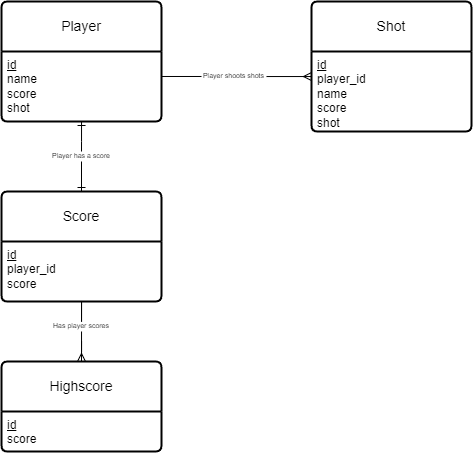
Before: docs/assets/ERD.drawio.png, a diagram exported from draw.io (MelvinQM/IOT-Personal). Source tidied: cells renumbered, new cells last; positions are measured from the earlier drawing's top-left corner, leaving out a move shared by most shapes.
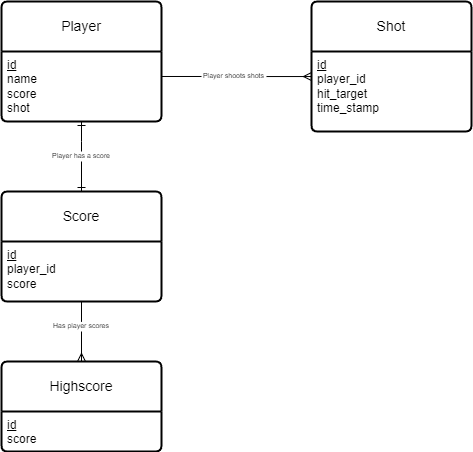
The same diagram one commit later.

Diff of the diagram source:
```diff
@@ -11,7 +11,7 @@
     <mxCell id="4" value="Shot" style="swimlane;horizontal=1;startSize=50;rounded=1;fontSize=14;fontStyle=0;strokeWidth=2;shadow=0;dashed=0;align=center;arcSize=4;whiteSpace=wrap;fillColor=none;" parent="1" vertex="1">
       <mxGeometry x="310" width="160" height="130" as="geometry" />
     </mxCell>
-    <mxCell id="5" value="&lt;u&gt;id&lt;/u&gt;&lt;div&gt;player_id&lt;br&gt;name&lt;br&gt;score&lt;div&gt;shot&lt;/div&gt;&lt;/div&gt;" style="align=left;strokeColor=none;fillColor=none;spacingLeft=4;fontSize=12;verticalAlign=top;html=1;" parent="4" vertex="1">
+    <mxCell id="5" value="&lt;u&gt;id&lt;/u&gt;&lt;div&gt;player_id&lt;br&gt;hit_target&lt;/div&gt;&lt;div&gt;time_stamp&lt;/div&gt;" style="align=left;strokeColor=none;fillColor=none;spacingLeft=4;fontSize=12;verticalAlign=top;html=1;" parent="4" vertex="1">
       <mxGeometry y="50" width="160" height="80" as="geometry" />
     </mxCell>
     <mxCell id="6" value="Highscore" style="swimlane;horizontal=1;startSize=50;rounded=1;fontSize=14;fontStyle=0;strokeWidth=2;shadow=0;dashed=0;align=center;arcSize=4;whiteSpace=wrap;fillColor=none;" parent="1" vertex="1">
```
